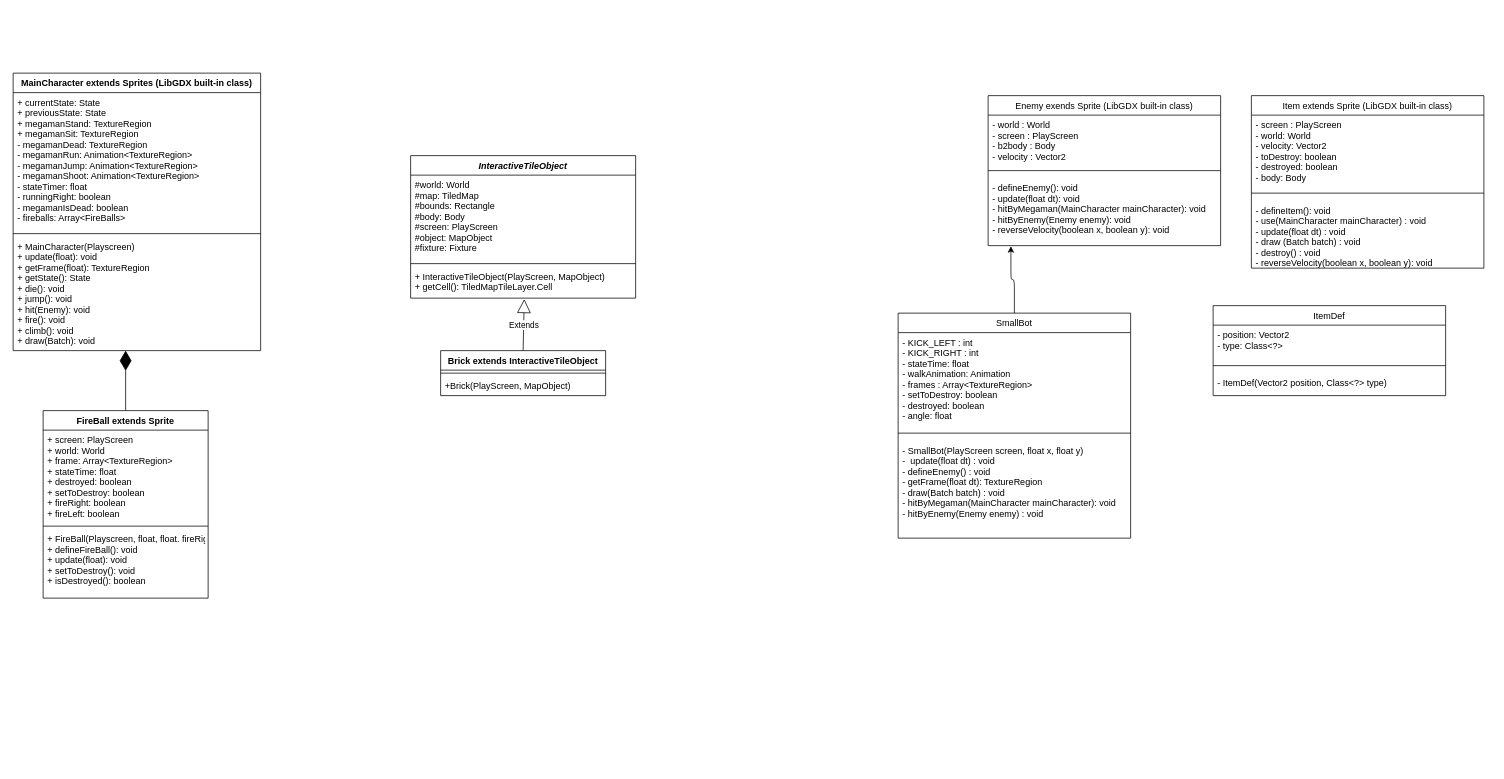
The draw.io diagram page "Sprites" (3 of 4) of uml.drawio in thanhhoann/megaman, before the edit. Source tidied: cells renumbered, new cells numbered last; positions are measured from the earlier drawing's top-left corner, leaving out a move shared by most shapes. Both pictures are drawn from the tidied source at 75%, with x=0, y=0 at pixel (13, 73).
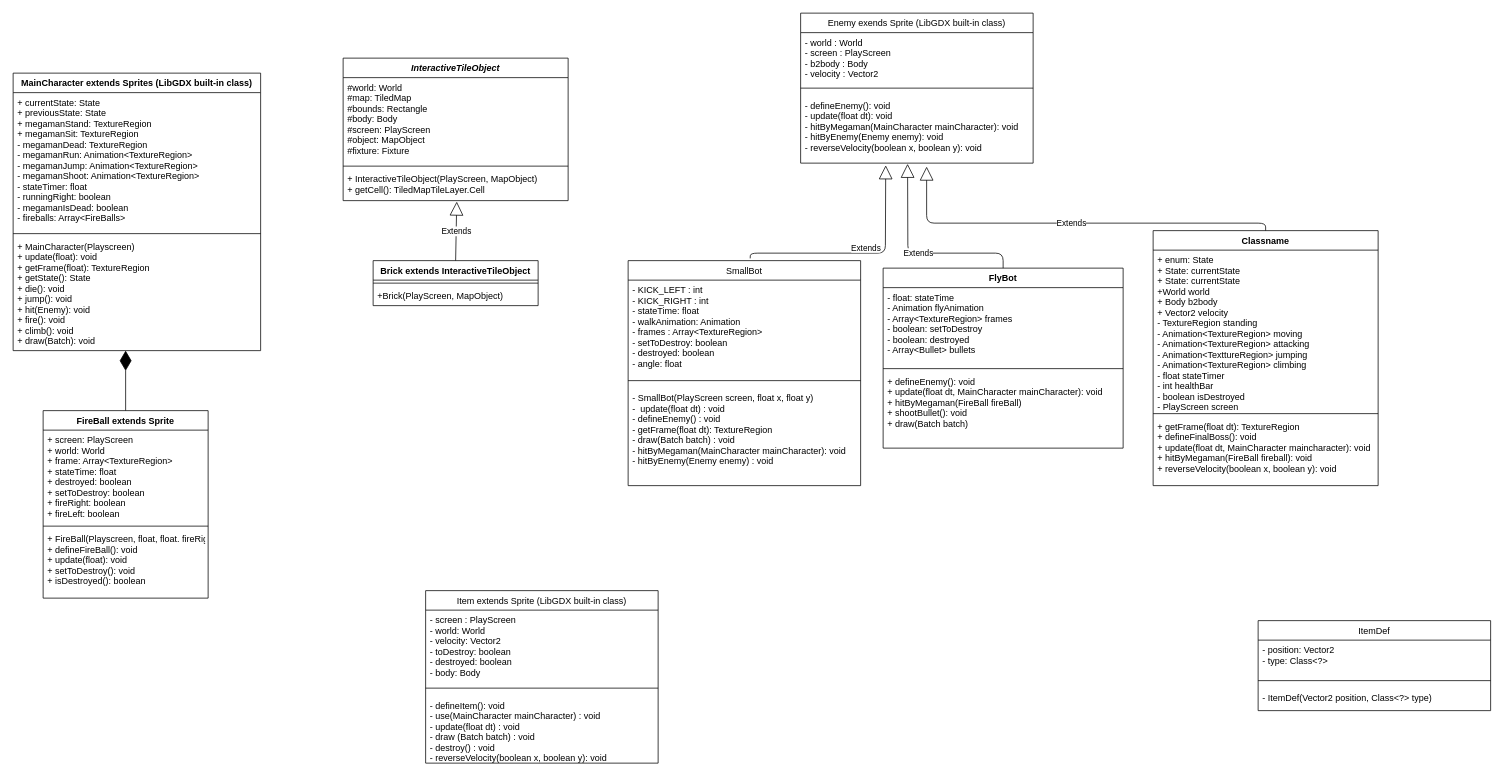
After the change.

Commit message:
update bot uml

Unchanged cells that the change refers to:
```xml
<mxCell id="5" value="- defineEnemy(): void&#10;- update(float dt): void&#10;- hitByMegaman(MainCharacter mainCharacter): void&#10;- hitByEnemy(Enemy enemy): void&#10;- reverseVelocity(boolean x, boolean y): void" style="text;strokeColor=none;fillColor=none;align=left;verticalAlign=top;spacingLeft=4;spacingRight=4;overflow=hidden;points=[[0,0.5],[1,0.5]];portConstraint=eastwest;" parent="2" vertex="1">
  <mxGeometry y="110" width="310" height="90" as="geometry" />
</mxCell>
```

The edit, as a diff of the source:
```diff
@@
     <mxCell id="2" value="Enemy exends Sprite (LibGDX built-in class)" style="swimlane;fontStyle=0;horizontal=1;startSize=26;fillColor=none;" parent="1" vertex="1">
-      <mxGeometry x="1300" y="30" width="310" height="200" as="geometry" />
+      <mxGeometry x="1050" y="-80" width="310" height="200" as="geometry" />
     </mxCell>
@@
-    <mxCell id="6" style="edgeStyle=orthogonalEdgeStyle;html=1;exitX=0.5;exitY=0;exitDx=0;exitDy=0;entryX=0.098;entryY=1.009;entryDx=0;entryDy=0;entryPerimeter=0;" parent="1" edge="1" source="7" target="5">
-      <mxGeometry relative="1" as="geometry" />
-    </mxCell>
     <mxCell id="7" value="SmallBot" style="swimlane;fontStyle=0;horizontal=1;startSize=26;fillColor=none;" parent="1" vertex="1">
-      <mxGeometry x="1180" y="320" width="310" height="300" as="geometry" />
+      <mxGeometry x="820" y="250" width="310" height="300" as="geometry" />
     </mxCell>
@@
     <mxCell id="11" value="Item extends Sprite (LibGDX built-in class)" style="swimlane;fontStyle=0;horizontal=1;startSize=26;fillColor=none;" parent="1" vertex="1">
-      <mxGeometry x="1651" y="30" width="310" height="230" as="geometry" />
+      <mxGeometry x="550" y="690" width="310" height="230" as="geometry" />
     </mxCell>
@@
     <mxCell id="15" value="ItemDef" style="swimlane;fontStyle=0;horizontal=1;startSize=26;fillColor=none;" parent="1" vertex="1">
-      <mxGeometry x="1600" y="310" width="310" height="120" as="geometry" />
+      <mxGeometry x="1660" y="730" width="310" height="120" as="geometry" />
     </mxCell>
@@
     <mxCell id="23" value="InteractiveTileObject" style="swimlane;fontStyle=3;align=center;verticalAlign=top;horizontal=1;startSize=26;" parent="1" vertex="1">
-      <mxGeometry x="530" y="110" width="300" height="190" as="geometry" />
+      <mxGeometry x="440" y="-20" width="300" height="190" as="geometry" />
     </mxCell>
@@
     <mxCell id="27" value="Brick extends InteractiveTileObject" style="swimlane;fontStyle=1;align=center;verticalAlign=top;horizontal=1;startSize=26;" parent="1" vertex="1">
-      <mxGeometry x="570" y="370" width="220" height="60" as="geometry" />
+      <mxGeometry x="480" y="250" width="220" height="60" as="geometry" />
     </mxCell>
@@
+    <mxCell id="6" value="Extends" style="endArrow=block;endSize=16;endFill=0;html=1;exitX=0.525;exitY=-0.01;exitDx=0;exitDy=0;exitPerimeter=0;entryX=0.366;entryY=1.033;entryDx=0;entryDy=0;entryPerimeter=0;" parent="1" edge="1" source="7" target="5">
+      <mxGeometry x="0.06" y="7" relative="1" as="geometry">
+        <Array as="points">
+          <mxPoint x="983" y="240" />
+          <mxPoint x="1163" y="240" />
+        </Array>
+      </mxGeometry>
+    </mxCell>
+    <mxCell id="36" value="FlyBot" style="swimlane;fontStyle=1;align=center;verticalAlign=top;horizontal=1;startSize=26;" parent="1" vertex="1">
+      <mxGeometry x="1160" y="260" width="320" height="240" as="geometry" />
+    </mxCell>
+    <mxCell id="37" value="- float: stateTime&#10;- Animation flyAnimation&#10;- Array&lt;TextureRegion&gt; frames&#10;- boolean: setToDestroy&#10;- boolean: destroyed&#10;- Array&lt;Bullet&gt; bullets" style="text;strokeColor=none;fillColor=none;align=left;verticalAlign=top;spacingLeft=4;spacingRight=4;overflow=hidden;" parent="36" vertex="1">
+      <mxGeometry y="26" width="320" height="104" as="geometry" />
+    </mxCell>
+    <mxCell id="38" style="line;strokeWidth=1;fillColor=none;align=left;verticalAlign=middle;spacingTop=-1;spacingLeft=3;spacingRight=3;labelPosition=right;" parent="36" vertex="1">
+      <mxGeometry y="130" width="320" height="8" as="geometry" />
+    </mxCell>
+    <mxCell id="39" value="+ defineEnemy(): void&#10;+ update(float dt, MainCharacter mainCharacter): void&#10;+ hitByMegaman(FireBall fireBall)&#10;+ shootBullet(): void&#10;+ draw(Batch batch)" style="text;strokeColor=none;fillColor=none;align=left;verticalAlign=top;spacingLeft=4;spacingRight=4;overflow=hidden;" parent="36" vertex="1">
+      <mxGeometry y="138" width="320" height="102" as="geometry" />
+    </mxCell>
+    <mxCell id="40" value="Extends" style="endArrow=block;endSize=16;endFill=0;html=1;exitX=0.5;exitY=0;exitDx=0;exitDy=0;entryX=0.46;entryY=1.011;entryDx=0;entryDy=0;entryPerimeter=0;" parent="1" edge="1" source="36" target="5">
+      <mxGeometry relative="1" as="geometry">
+        <Array as="points">
+          <mxPoint x="1320" y="240" />
+          <mxPoint x="1193" y="240" />
+        </Array>
+      </mxGeometry>
+    </mxCell>
+    <mxCell id="41" value="Classname" style="swimlane;fontStyle=1;align=center;verticalAlign=top;horizontal=1;startSize=26;" parent="1" vertex="1">
+      <mxGeometry x="1520" y="210" width="300" height="340" as="geometry" />
+    </mxCell>
+    <mxCell id="42" value="+ enum: State&#10;+ State: currentState&#10;+ State: currentState&#10;+World world&#10;+ Body b2body&#10;+ Vector2 velocity&#10;- TextureRegion standing&#10;- Animation&lt;TextureRegion&gt; moving&#10;- Animation&lt;TextureRegion&gt; attacking&#10;- Animation&lt;TexttureRegion&gt; jumping&#10;- Animation&lt;TextureRegion&gt; climbing&#10;- float stateTimer&#10;- int healthBar&#10;- boolean isDestroyed&#10;- PlayScreen screen&#10; " style="text;strokeColor=none;fillColor=none;align=left;verticalAlign=top;spacingLeft=4;spacingRight=4;overflow=hidden;" parent="41" vertex="1">
+      <mxGeometry y="26" width="300" height="214" as="geometry" />
+    </mxCell>
+    <mxCell id="43" style="line;strokeWidth=1;fillColor=none;align=left;verticalAlign=middle;spacingTop=-1;spacingLeft=3;spacingRight=3;labelPosition=right;" parent="41" vertex="1">
+      <mxGeometry y="240" width="300" height="8" as="geometry" />
+    </mxCell>
+    <mxCell id="44" value="+ getFrame(float dt): TextureRegion&#10;+ defineFinalBoss(): void&#10;+ update(float dt, MainCharacter maincharacter): void&#10;+ hitByMegaman(FireBall fireball): void&#10;+ reverseVelocity(boolean x, boolean y): void" style="text;strokeColor=none;fillColor=none;align=left;verticalAlign=top;spacingLeft=4;spacingRight=4;overflow=hidden;" parent="41" vertex="1">
+      <mxGeometry y="248" width="300" height="92" as="geometry" />
+    </mxCell>
+    <mxCell id="45" value="Extends" style="endArrow=block;endSize=16;endFill=0;html=1;exitX=0.5;exitY=0;exitDx=0;exitDy=0;entryX=0.542;entryY=1.052;entryDx=0;entryDy=0;entryPerimeter=0;" parent="1" edge="1" source="41" target="5">
+      <mxGeometry relative="1" as="geometry">
+        <Array as="points">
+          <mxPoint x="1670" y="200" />
+          <mxPoint x="1218" y="200" />
+        </Array>
+      </mxGeometry>
+    </mxCell>
```
